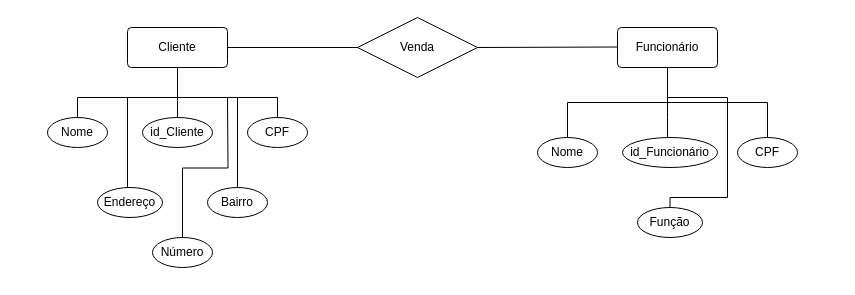
HugoNovais/Projetoss keeps this draw.io diagram as Untitled Diagram.drawio. Above is the earlier version. Source tidied: cells renumbered, new cells numbered last; positions are measured from the earlier drawing's top-left corner, leaving out a move shared by most shapes. Both pictures are drawn from the tidied source at 100%, with x=0, y=0 at pixel (47, 17).
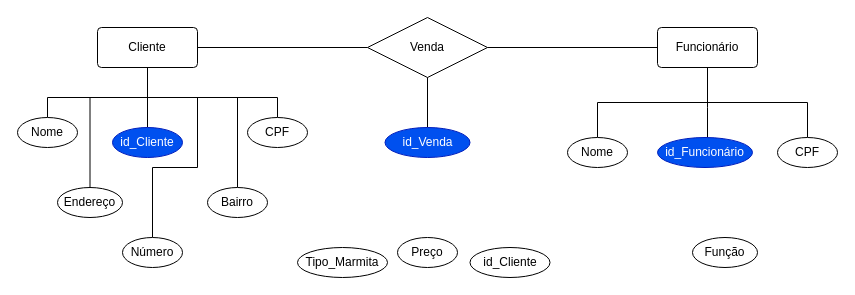
After the change.

Unchanged cells that the change refers to:
```xml
<mxCell id="12" value="CPF" style="ellipse;whiteSpace=wrap;html=1;align=center;shadow=0;glass=0;" parent="1" vertex="1">
  <mxGeometry x="200" y="100" width="60" height="30" as="geometry" />
</mxCell>
<mxCell id="16" value="Bairro" style="ellipse;whiteSpace=wrap;html=1;align=center;shadow=0;glass=0;" parent="1" vertex="1">
  <mxGeometry x="160" y="170" width="60" height="30" as="geometry" />
</mxCell>
```

Diff of the diagram source:
```diff
@@
     <mxCell id="2" value="Venda" style="shape=rhombus;perimeter=rhombusPerimeter;whiteSpace=wrap;html=1;align=center;" parent="1" vertex="1">
-      <mxGeometry x="310" width="120" height="60" as="geometry" />
+      <mxGeometry x="320" width="120" height="60" as="geometry" />
     </mxCell>
@@
     <mxCell id="4" value="Cliente" style="rounded=1;arcSize=10;whiteSpace=wrap;html=1;align=center;glass=0;shadow=0;" parent="1" vertex="1">
-      <mxGeometry x="80" y="10" width="100" height="40" as="geometry" />
+      <mxGeometry x="50" y="10" width="100" height="40" as="geometry" />
     </mxCell>
     <mxCell id="5" value="Funcionário" style="rounded=1;arcSize=10;whiteSpace=wrap;html=1;align=center;" parent="1" vertex="1">
-      <mxGeometry x="570" y="10" width="100" height="40" as="geometry" />
+      <mxGeometry x="610" y="10" width="100" height="40" as="geometry" />
     </mxCell>
@@
-    <mxCell id="7" style="endArrow=none;html=1;rounded=0;exitX=1;exitY=0.5;exitDx=0;exitDy=0;" parent="1" edge="1" source="2">
-      <mxGeometry relative="1" as="geometry">
-        <mxPoint x="570" y="29.5" as="targetPoint" />
-      </mxGeometry>
+    <mxCell id="7" style="endArrow=none;html=1;rounded=0;exitX=1;exitY=0.5;exitDx=0;exitDy=0;entryX=0;entryY=0.5;entryDx=0;entryDy=0;" parent="1" edge="1" source="2" target="5">
+      <mxGeometry relative="1" as="geometry" />
     </mxCell>
-    <mxCell id="8" value="id_Cliente" style="ellipse;whiteSpace=wrap;html=1;align=center;shadow=0;glass=0;" parent="1" vertex="1">
-      <mxGeometry x="95" y="100" width="70" height="30" as="geometry" />
+    <mxCell id="8" value="id_Cliente" style="ellipse;whiteSpace=wrap;html=1;align=center;shadow=0;glass=0;fillColor=#0050ef;strokeColor=#001DBC;fontColor=#ffffff;" parent="1" vertex="1">
+      <mxGeometry x="65" y="110" width="70" height="30" as="geometry" />
     </mxCell>
     <mxCell id="9" style="edgeStyle=orthogonalEdgeStyle;rounded=0;jettySize=auto;html=1;entryX=0.5;entryY=1;entryDx=0;entryDy=0;endArrow=none;endFill=0;" parent="1" edge="1" source="10" target="4">
       <mxGeometry relative="1" as="geometry">
         <Array as="points">
-          <mxPoint x="30" y="80" />
-          <mxPoint x="130" y="80" />
+          <mxPoint y="80" />
+          <mxPoint x="100" y="80" />
         </Array>
       </mxGeometry>
     </mxCell>
     <mxCell id="10" value="Nome" style="ellipse;whiteSpace=wrap;html=1;align=center;shadow=0;glass=0;" parent="1" vertex="1">
-      <mxGeometry y="100" width="60" height="30" as="geometry" />
+      <mxGeometry x="-30" y="100" width="60" height="30" as="geometry" />
     </mxCell>
     <mxCell id="11" style="edgeStyle=orthogonalEdgeStyle;rounded=0;jettySize=auto;html=1;exitX=0.5;exitY=0;exitDx=0;exitDy=0;entryX=0.5;entryY=1;entryDx=0;entryDy=0;endArrow=none;endFill=0;" parent="1" edge="1" source="12" target="4">
       <mxGeometry relative="1" as="geometry">
         <Array as="points">
           <mxPoint x="230" y="80" />
-          <mxPoint x="130" y="80" />
+          <mxPoint x="100" y="80" />
         </Array>
       </mxGeometry>
     </mxCell>
@@
     <mxCell id="13" style="edgeStyle=orthogonalEdgeStyle;rounded=0;jettySize=auto;html=1;exitX=0.5;exitY=0;exitDx=0;exitDy=0;entryX=0.5;entryY=1;entryDx=0;entryDy=0;endArrow=none;endFill=0;" parent="1" edge="1" source="14" target="4">
       <mxGeometry relative="1" as="geometry">
         <Array as="points">
-          <mxPoint x="80" y="170" />
-          <mxPoint x="80" y="80" />
-          <mxPoint x="130" y="80" />
+          <mxPoint x="43" y="80" />
+          <mxPoint x="100" y="80" />
         </Array>
       </mxGeometry>
     </mxCell>
     <mxCell id="14" value="Endereço" style="ellipse;whiteSpace=wrap;html=1;align=center;shadow=0;glass=0;" parent="1" vertex="1">
-      <mxGeometry x="50" y="170" width="65" height="30" as="geometry" />
+      <mxGeometry x="10" y="170" width="65" height="30" as="geometry" />
     </mxCell>
     <mxCell id="15" style="edgeStyle=orthogonalEdgeStyle;rounded=0;jettySize=auto;html=1;exitX=0.5;exitY=0;exitDx=0;exitDy=0;entryX=0.5;entryY=1;entryDx=0;entryDy=0;endArrow=none;endFill=0;" parent="1" edge="1" source="16" target="4">
       <mxGeometry relative="1" as="geometry">
         <Array as="points">
           <mxPoint x="190" y="80" />
-          <mxPoint x="130" y="80" />
+          <mxPoint x="100" y="80" />
         </Array>
       </mxGeometry>
     </mxCell>
@@
     <mxCell id="17" style="edgeStyle=orthogonalEdgeStyle;rounded=0;jettySize=auto;html=1;exitX=0.5;exitY=0;exitDx=0;exitDy=0;endArrow=none;endFill=0;" parent="1" edge="1" source="18">
       <mxGeometry relative="1" as="geometry">
         <mxPoint x="180" y="80" as="targetPoint" />
+        <Array as="points">
+          <mxPoint x="105" y="150" />
+          <mxPoint x="150" y="150" />
+          <mxPoint x="150" y="80" />
+        </Array>
       </mxGeometry>
     </mxCell>
     <mxCell id="18" value="Número" style="ellipse;whiteSpace=wrap;html=1;align=center;shadow=0;glass=0;" parent="1" vertex="1">
-      <mxGeometry x="105" y="220" width="60" height="30" as="geometry" />
+      <mxGeometry x="75" y="220" width="60" height="30" as="geometry" />
     </mxCell>
     <mxCell id="19" style="edgeStyle=orthogonalEdgeStyle;rounded=0;jettySize=auto;html=1;endArrow=none;endFill=0;" parent="1" edge="1" source="20" target="5">
       <mxGeometry relative="1" as="geometry">
         <Array as="points">
-          <mxPoint x="620" y="100" />
-          <mxPoint x="620" y="100" />
+          <mxPoint x="660" y="90" />
+          <mxPoint x="660" y="90" />
         </Array>
       </mxGeometry>
     </mxCell>
-    <mxCell id="20" value="id_Funcionário" style="ellipse;whiteSpace=wrap;html=1;align=center;shadow=0;glass=0;" parent="1" vertex="1">
-      <mxGeometry x="575" y="120" width="95" height="30" as="geometry" />
+    <mxCell id="20" value="id_Funcionário" style="ellipse;whiteSpace=wrap;html=1;align=center;shadow=0;glass=0;fillColor=#0050ef;strokeColor=#001DBC;fontColor=#ffffff;" parent="1" vertex="1">
+      <mxGeometry x="610" y="120" width="95" height="30" as="geometry" />
     </mxCell>
@@
     <mxCell id="22" value="Nome" style="ellipse;whiteSpace=wrap;html=1;align=center;shadow=0;glass=0;" parent="1" vertex="1">
-      <mxGeometry x="490" y="120" width="60" height="30" as="geometry" />
+      <mxGeometry x="520" y="120" width="60" height="30" as="geometry" />
     </mxCell>
@@
     <mxCell id="24" value="CPF" style="ellipse;whiteSpace=wrap;html=1;align=center;shadow=0;glass=0;" parent="1" vertex="1">
-      <mxGeometry x="690" y="120" width="60" height="30" as="geometry" />
+      <mxGeometry x="730" y="120" width="60" height="30" as="geometry" />
     </mxCell>
-    <mxCell id="25" style="edgeStyle=orthogonalEdgeStyle;rounded=0;jettySize=auto;html=1;exitX=0.5;exitY=0;exitDx=0;exitDy=0;endArrow=none;endFill=0;entryX=0.5;entryY=1;entryDx=0;entryDy=0;" parent="1" edge="1" source="26" target="5">
-      <mxGeometry relative="1" as="geometry">
-        <Array as="points">
-          <mxPoint x="623" y="180" />
-          <mxPoint x="680" y="180" />
-          <mxPoint x="680" y="80" />
-          <mxPoint x="620" y="80" />
-        </Array>
-      </mxGeometry>
-    </mxCell>
     <mxCell id="26" value="Função" style="ellipse;whiteSpace=wrap;html=1;align=center;shadow=0;glass=0;" parent="1" vertex="1">
-      <mxGeometry x="590" y="190" width="65" height="30" as="geometry" />
+      <mxGeometry x="645" y="220" width="65" height="30" as="geometry" />
     </mxCell>
+    <mxCell id="27" style="edgeStyle=orthogonalEdgeStyle;rounded=0;jettySize=auto;html=1;exitX=0.5;exitY=0;exitDx=0;exitDy=0;entryX=0.5;entryY=1;entryDx=0;entryDy=0;endArrow=none;endFill=0;" parent="1" edge="1" source="28" target="2">
+      <mxGeometry relative="1" as="geometry" />
+    </mxCell>
+    <mxCell id="28" value="id_Venda" style="ellipse;whiteSpace=wrap;html=1;align=center;shadow=0;glass=0;fillColor=#0050ef;strokeColor=#001DBC;fontColor=#ffffff;" parent="1" vertex="1">
+      <mxGeometry x="337.5" y="110" width="85" height="30" as="geometry" />
+    </mxCell>
+    <mxCell id="29" value="Preço" style="ellipse;whiteSpace=wrap;html=1;align=center;shadow=0;glass=0;" parent="1" vertex="1">
+      <mxGeometry x="350" y="220" width="60" height="30" as="geometry" />
+    </mxCell>
+    <mxCell id="30" value="Tipo_Marmita" style="ellipse;whiteSpace=wrap;html=1;align=center;shadow=0;glass=0;" parent="1" vertex="1">
+      <mxGeometry x="250" y="230" width="90" height="30" as="geometry" />
+    </mxCell>
+    <mxCell id="31" value="id_Cliente" style="ellipse;whiteSpace=wrap;html=1;align=center;shadow=0;glass=0;" parent="1" vertex="1">
+      <mxGeometry x="422.5" y="230" width="80" height="30" as="geometry" />
+    </mxCell>
```
